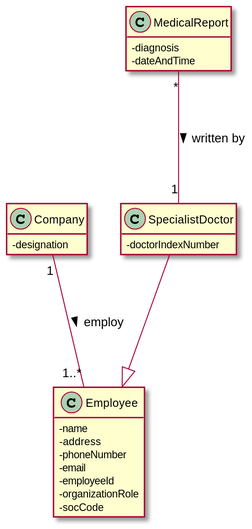
Before: docs/SprintC/US14/US14_DM.svg, a diagram exported from PlantUML (manu-07-ela/LAPR2_ISEP). Its diagram source:
```plantuml
@startuml
hide methods
skinparam classAttributeIconSize 0

class Company{
-designation
}


class Employee{
-name
-address
-phoneNumber
-email
-employeeId
-organizationRole
-socCode
}

class SpecialistDoctor{
-doctorIndexNumber
}

class MedicalReport{
-diagnosis
-dateAndTime
}



Company "1"---"1..*" Employee : employ >
SpecialistDoctor ---|> Employee
MedicalReport "*"---"1" SpecialistDoctor : written by >

@enduml
```
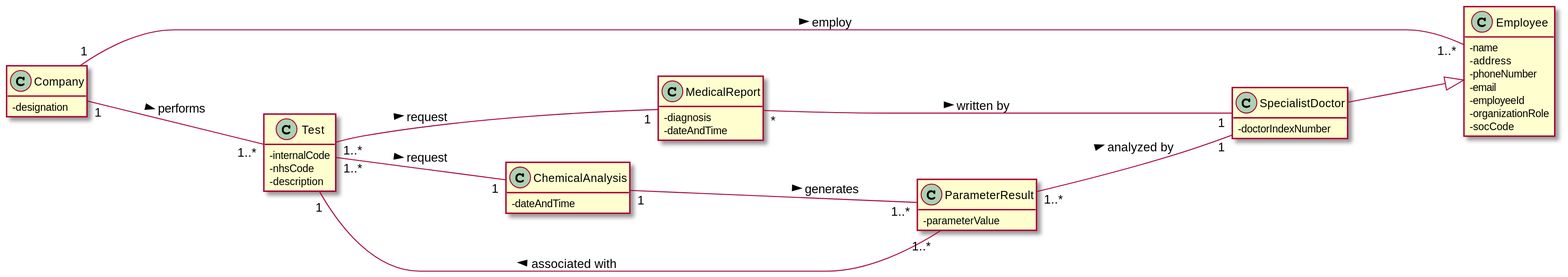
Above is the later version.

The edit, as a diff of the source:
```diff
@@ -1,5 +1,6 @@
 @startuml
 hide methods
+left to right direction
 skinparam classAttributeIconSize 0
 
 class Company{
@@ -21,14 +22,35 @@
 -doctorIndexNumber
 }
 
+class Test{
+-internalCode
+-nhsCode
+-description
+}
+
 class MedicalReport{
 -diagnosis
 -dateAndTime
 }
 
+class ParameterResult{
+-parameterValue
+}
+
+class ChemicalAnalysis{
+-dateAndTime
+}
+
+
 
 
 Company "1"---"1..*" Employee : employ >
+Company "1"---"1..*" Test : performs >
+ChemicalAnalysis "1"---"1..*" ParameterResult: generates >
+Test "1..*" ---"1" ChemicalAnalysis : request >
+Test "1..*" ---"1" MedicalReport : request >
+ParameterResult "1..*" --- "1" Test : associated with >
+ParameterResult "1..*"---"1" SpecialistDoctor : analyzed by >
 SpecialistDoctor ---|> Employee
 MedicalReport "*"---"1" SpecialistDoctor : written by >
 
```
